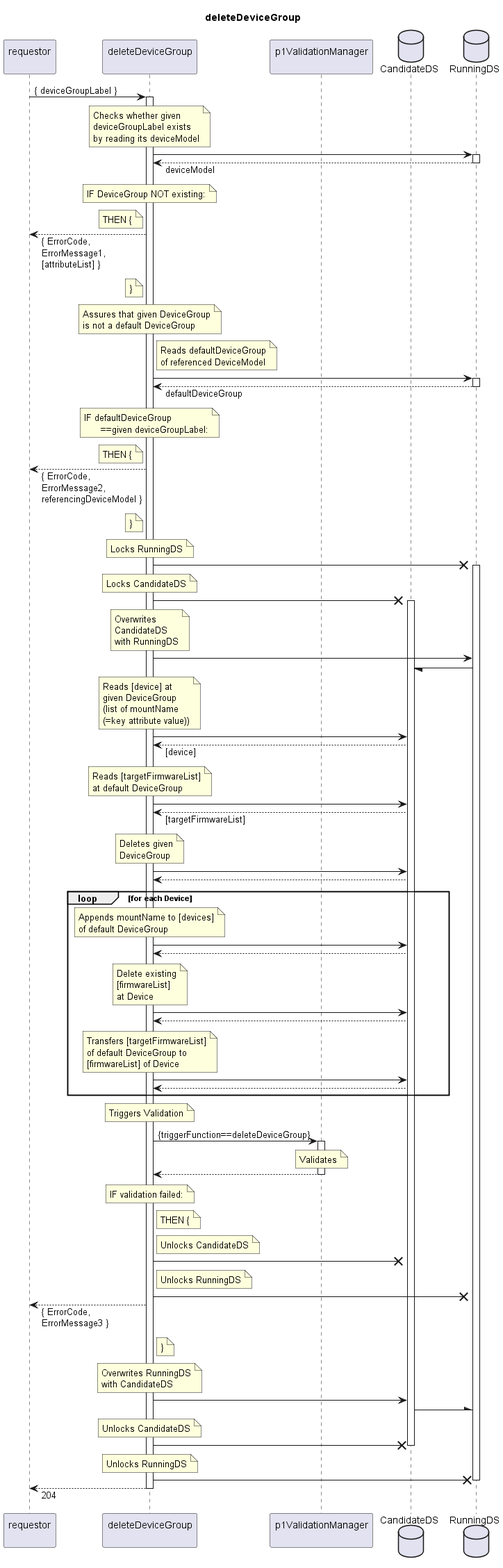
openBackhaul/FirmWareManager keeps this PlantUML diagram as spec/Services/deleteDeviceGroup/1.0.0/deleteDeviceGroup.png. Above is the earlier version.
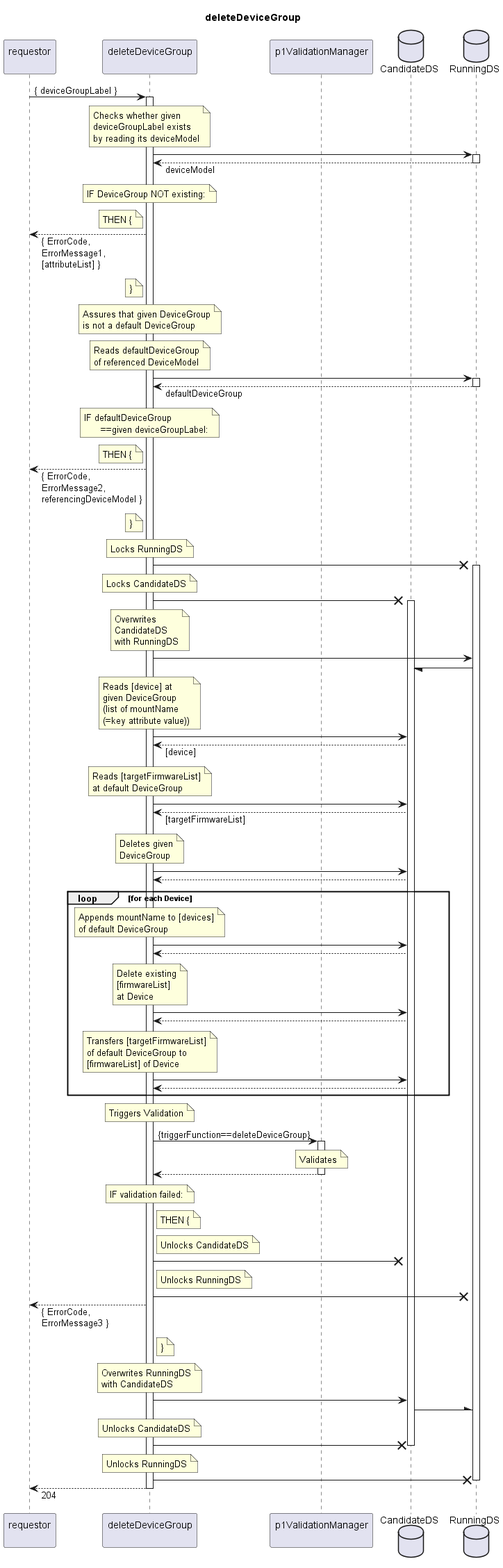
Above is the later version.

Diff of the diagram source:
```diff
@@ -38,7 +38,7 @@
     Assures that given DeviceGroup
     is not a default DeviceGroup
   end note
-  note right indServ
+  note over indServ
     Reads defaultDeviceGroup
     of referenced DeviceModel
   end note
```
